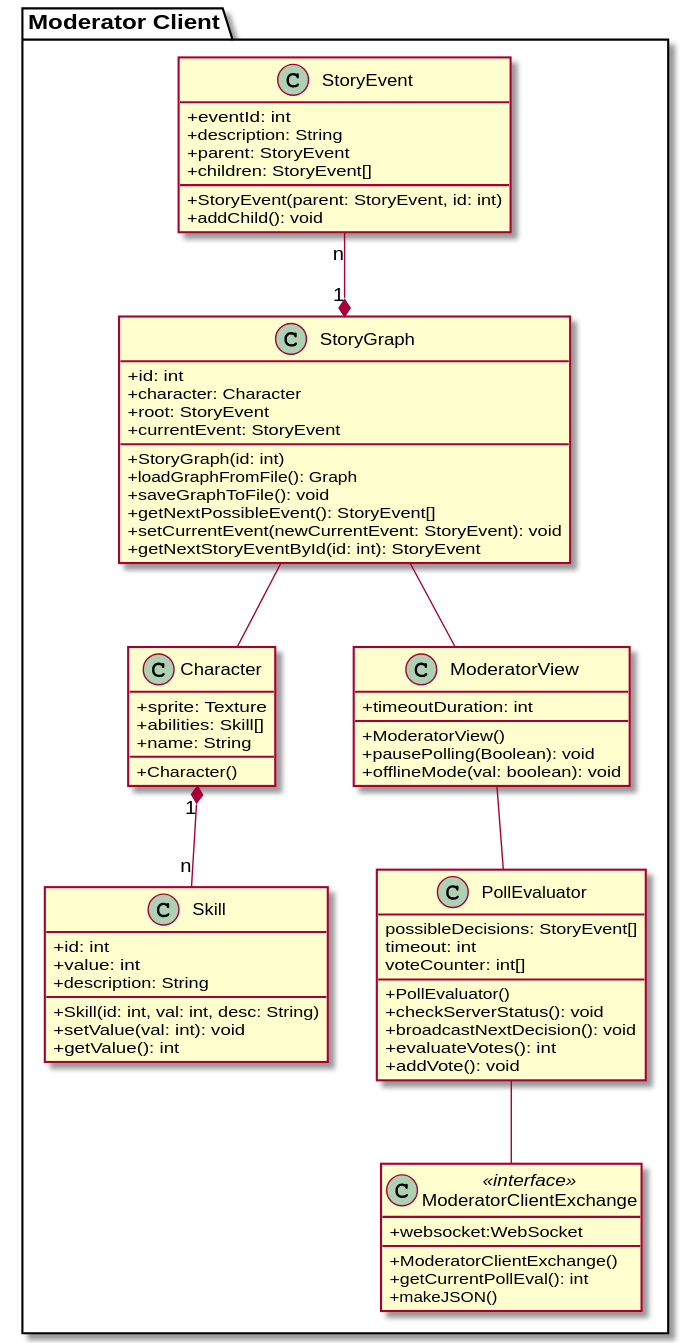
Earlier version of the PlantUML export Docs/Technical Specifications/docs/diagrams/ClassDiagrams/ModeratorClientClassDiagram.svg (Brotenko/QualityQuest).
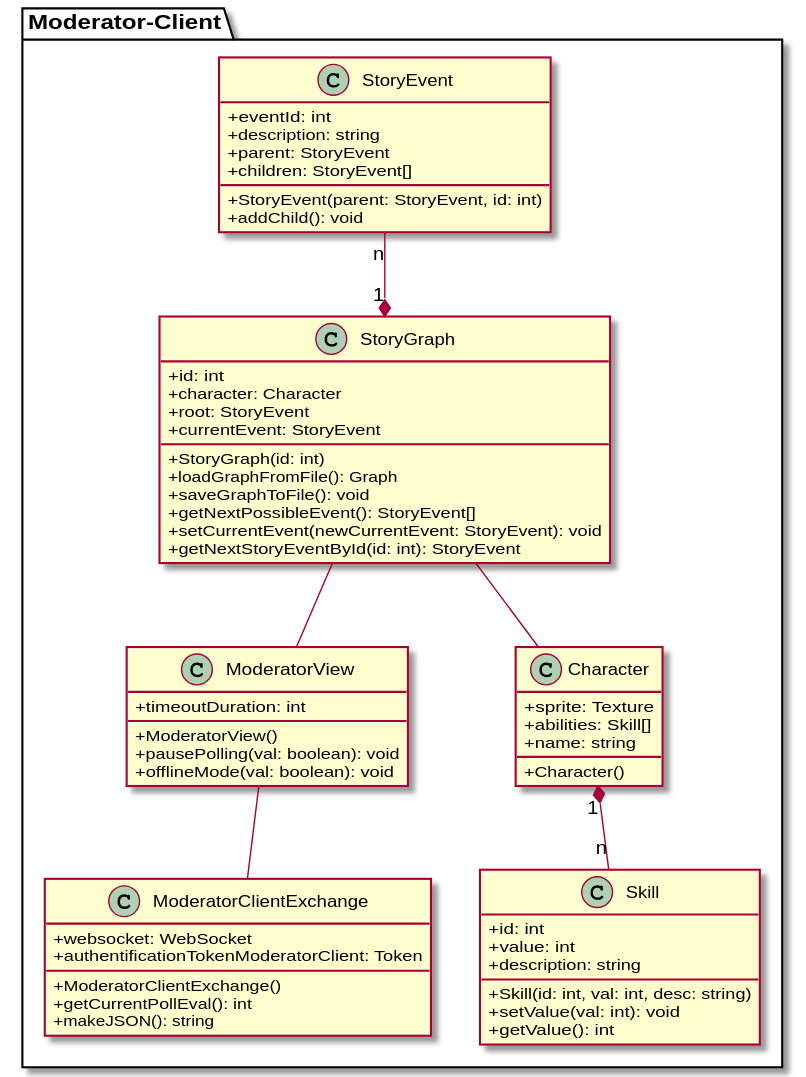
Later version of the same file.

Commit message:
moved pollEvaluator-class from moderator-client to server

Change to the diagram source:
```diff
@@ -1,11 +1,11 @@
 @startuml
 skinparam classAttributeIconSize 0
 
-package "Moderator Client" {
+package "Moderator-Client" {
 
   class StoryEvent {
     {field} +eventId: int
-    {field} +description: String
+    {field} +description: string
     {field} +parent: StoryEvent
     {field} +children: StoryEvent[]
     {method} +StoryEvent(parent: StoryEvent, id: int)
@@ -25,11 +25,26 @@
     {method} +getNextStoryEventById(id: int): StoryEvent
   }
 
+  class "ModeratorView" as mf {
+    {field} +timeoutDuration: int
+    {method} +ModeratorView()
+    {method} +pausePolling(val: boolean): void
+    {method} +offlineMode(val: boolean): void
+  }
+
+  class "ModeratorClientExchange" as mcei{
+    {field} +websocket: WebSocket
+    {field} +authentificationTokenModeratorClient: Token
+    {method} +ModeratorClientExchange()
+    {method} +getCurrentPollEval(): int
+    {method} +makeJSON(): string
+  }
+
   class Skill {
     {field} +id: int
     {field} +value: int
-    {field} +description: String
-    {method} + Skill(id: int, val: int, desc: String)
+    {field} +description: string
+    {method} + Skill(id: int, val: int, desc: string)
     {method} + setValue(val: int): void
     {method} + getValue(): int
   }
@@ -37,40 +52,14 @@
   class Character {
     {field} +sprite: Texture
     {field} +abilities: Skill[]
-    {field} +name: String
+    {field} +name: string
     {method} +Character()
   }
 
-  class "ModeratorView" as mf {
-    {field} +timeoutDuration: int
-    {method} +ModeratorView()
-    {method} +pausePolling(Boolean): void
-    {method} +offlineMode(val: boolean): void
-  }
-
-  class "PollEvaluator" as pe {
-
-    {field} possibleDecisions: StoryEvent[]
-    {field} timeout: int
-    {field} voteCounter: int[]
-    {method} +PollEvaluator()
-    {method} +checkServerStatus(): void
-    {method} +broadcastNextDecision(): void
-    {method} +evaluateVotes(): int
-    {method} +addVote(): void
-  }
-
-  class "ModeratorClientExchange" as mcei <<interface>>{
-    {field} +websocket:WebSocket
-    {method} +ModeratorClientExchange()
-    {method} +getCurrentPollEval(): int
-    {method} +makeJSON()
-  }
+  StoryEvent "n" --* "1" StoryGraph
+  StoryGraph -- mf
+  StoryGraph -- Character
+  Character "1" *-- "n" Skill
+  mf -- mcei
 }
-StoryEvent "n" --* "1" StoryGraph
-StoryGraph -- mf
-StoryGraph -- Character
-Character "1" *-- "n" Skill
-mf -- pe
-pe -- mcei
 @enduml
```
